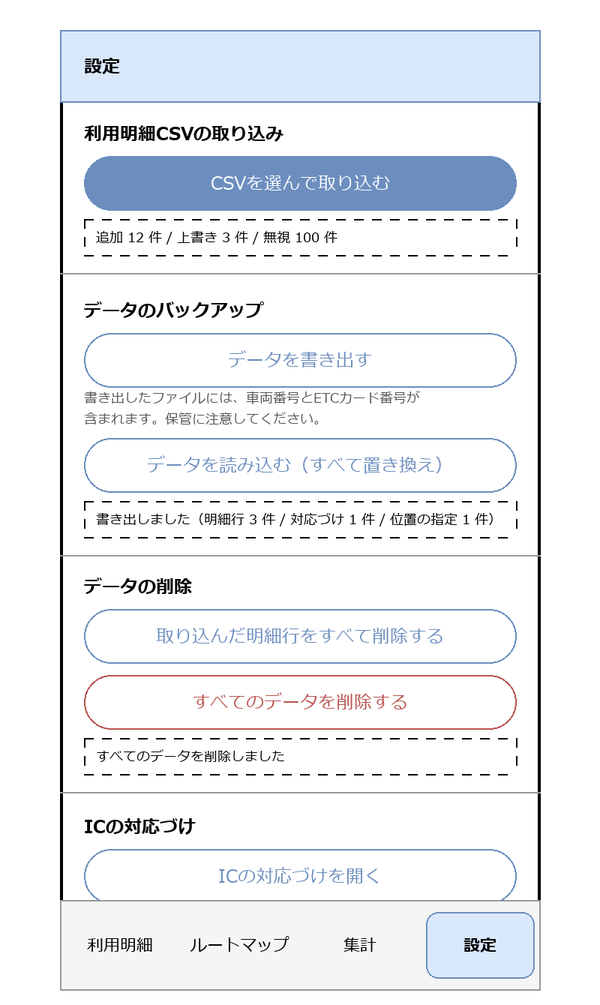
Above: docs/systems/screens/images/SCR-001-settings.drawio.png in hnt1028/etc-meisai (draw.io), before the change. Source tidied: cells renumbered, new cells last; positions are measured from the earlier drawing's top-left corner, leaving out a move shared by most shapes.
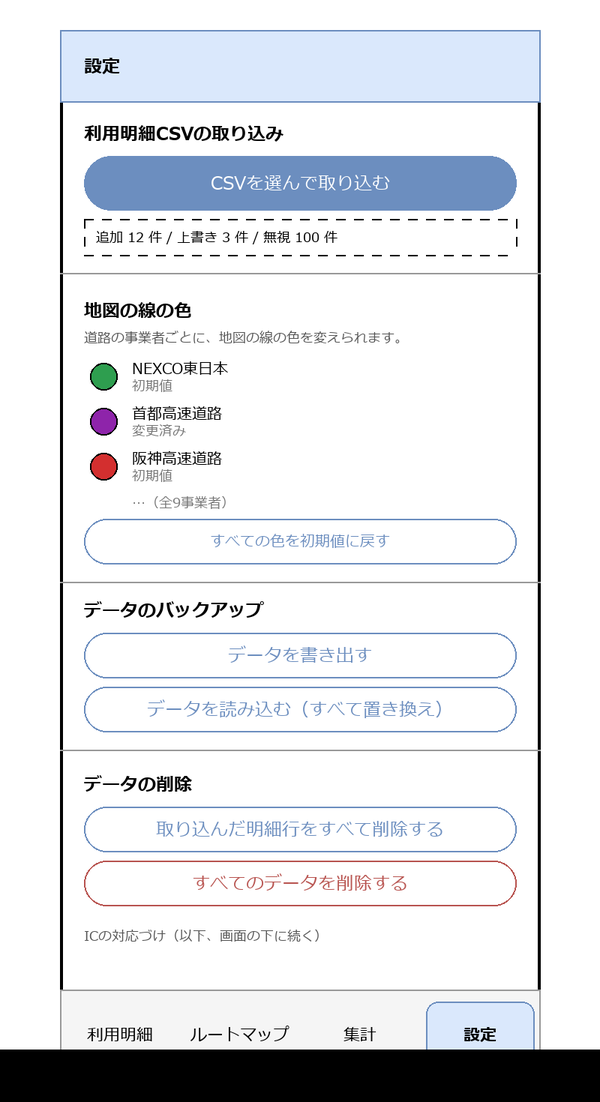
After the change.

What changed in the source:
```diff
@@ -3,7 +3,7 @@
     <mxCell id="0" />
     <mxCell id="1" parent="0" />
     <mxCell id="2" style="rounded=1;whiteSpace=wrap;html=1;arcSize=3;strokeWidth=2;" parent="1" vertex="1">
-      <mxGeometry width="320" height="640" as="geometry" />
+      <mxGeometry width="320" height="700" as="geometry" />
     </mxCell>
     <mxCell id="3" value="設定" style="rounded=0;whiteSpace=wrap;html=1;align=left;spacingLeft=16;fontStyle=1;fillColor=#dae8fc;strokeColor=#6c8ebf;" parent="1" vertex="1">
       <mxGeometry width="320" height="48" as="geometry" />
@@ -23,77 +23,92 @@
         <mxPoint x="320" y="162" as="targetPoint" />
       </mxGeometry>
     </mxCell>
-    <mxCell id="8" value="データのバックアップ" style="text;html=1;align=left;verticalAlign=middle;fontStyle=1;" parent="1" vertex="1">
+    <mxCell id="8" value="地図の線の色" style="text;html=1;align=left;verticalAlign=middle;fontStyle=1;" parent="1" vertex="1">
       <mxGeometry x="16" y="176" width="288" height="22" as="geometry" />
     </mxCell>
-    <mxCell id="9" value="データを書き出す" style="rounded=1;whiteSpace=wrap;html=1;arcSize=50;fillColor=none;strokeColor=#6c8ebf;fontColor=#6c8ebf;" parent="1" vertex="1">
-      <mxGeometry x="16" y="202" width="288" height="36" as="geometry" />
+    <mxCell id="9" value="道路の事業者ごとに、地図の線の色を変えられます。" style="text;html=1;align=left;verticalAlign=middle;fontSize=9;fontColor=#555555;" parent="1" vertex="1">
+      <mxGeometry x="16" y="198" width="288" height="14" as="geometry" />
     </mxCell>
-    <mxCell id="10" value="書き出したファイルには、車両番号とETCカード番号が" style="text;html=1;align=left;verticalAlign=middle;fontSize=9;fontColor=#555555;" parent="1" vertex="1">
-      <mxGeometry x="16" y="238" width="288" height="14" as="geometry" />
+    <mxCell id="10" style="ellipse;whiteSpace=wrap;html=1;fillColor=#2E9E4F;strokeColor=none;" parent="1" vertex="1">
+      <mxGeometry x="20" y="222" width="18" height="18" as="geometry" />
     </mxCell>
-    <mxCell id="11" value="含まれます。保管に注意してください。" style="text;html=1;align=left;verticalAlign=middle;fontSize=9;fontColor=#555555;" parent="1" vertex="1">
-      <mxGeometry x="16" y="252" width="288" height="14" as="geometry" />
+    <mxCell id="11" value="NEXCO東日本" style="text;html=1;align=left;verticalAlign=middle;fontSize=10;" parent="1" vertex="1">
+      <mxGeometry x="48" y="218" width="180" height="16" as="geometry" />
     </mxCell>
-    <mxCell id="12" value="データを読み込む（すべて置き換え）" style="rounded=1;whiteSpace=wrap;html=1;arcSize=50;fillColor=none;strokeColor=#6c8ebf;fontColor=#6c8ebf;" parent="1" vertex="1">
-      <mxGeometry x="16" y="272" width="288" height="36" as="geometry" />
+    <mxCell id="12" value="初期値" style="text;html=1;align=left;verticalAlign=middle;fontSize=9;fontColor=#777777;" parent="1" vertex="1">
+      <mxGeometry x="48" y="231" width="180" height="12" as="geometry" />
     </mxCell>
-    <mxCell id="13" value="書き出しました（明細行 3 件 / 対応づけ 1 件 / 位置の指定 1 件）" style="rounded=0;whiteSpace=wrap;html=1;align=left;spacingLeft=8;fontSize=10;fillColor=none;dashed=1;fontSize=9;" parent="1" vertex="1">
-      <mxGeometry x="16" y="314" width="288" height="24" as="geometry" />
+    <mxCell id="13" style="ellipse;whiteSpace=wrap;html=1;fillColor=#8E24AA;strokeColor=none;" parent="1" vertex="1">
+      <mxGeometry x="20" y="252" width="18" height="18" as="geometry" />
     </mxCell>
-    <mxCell id="14" style="endArrow=none;html=1;strokeColor=#999999;" parent="1" edge="1">
-      <mxGeometry relative="1" as="geometry">
-        <mxPoint y="350" as="sourcePoint" />
-        <mxPoint x="320" y="350" as="targetPoint" />
-      </mxGeometry>
+    <mxCell id="14" value="首都高速道路" style="text;html=1;align=left;verticalAlign=middle;fontSize=10;" parent="1" vertex="1">
+      <mxGeometry x="48" y="248" width="180" height="16" as="geometry" />
     </mxCell>
-    <mxCell id="15" value="データの削除" style="text;html=1;align=left;verticalAlign=middle;fontStyle=1;" parent="1" vertex="1">
-      <mxGeometry x="16" y="360" width="288" height="22" as="geometry" />
+    <mxCell id="15" value="変更済み" style="text;html=1;align=left;verticalAlign=middle;fontSize=9;fontColor=#777777;" parent="1" vertex="1">
+      <mxGeometry x="48" y="261" width="180" height="12" as="geometry" />
     </mxCell>
-    <mxCell id="16" value="取り込んだ明細行をすべて削除する" style="rounded=1;whiteSpace=wrap;html=1;arcSize=50;fillColor=none;strokeColor=#6c8ebf;fontColor=#6c8ebf;" parent="1" vertex="1">
-      <mxGeometry x="16" y="386" width="288" height="36" as="geometry" />
+    <mxCell id="16" style="ellipse;whiteSpace=wrap;html=1;fillColor=#D32F2F;strokeColor=none;" parent="1" vertex="1">
+      <mxGeometry x="20" y="282" width="18" height="18" as="geometry" />
     </mxCell>
-    <mxCell id="17" value="すべてのデータを削除する" style="rounded=1;whiteSpace=wrap;html=1;arcSize=50;fillColor=none;strokeColor=#b85450;fontColor=#b85450;" parent="1" vertex="1">
-      <mxGeometry x="16" y="430" width="288" height="36" as="geometry" />
+    <mxCell id="17" value="阪神高速道路" style="text;html=1;align=left;verticalAlign=middle;fontSize=10;" parent="1" vertex="1">
+      <mxGeometry x="48" y="278" width="180" height="16" as="geometry" />
     </mxCell>
-    <mxCell id="18" value="すべてのデータを削除しました" style="rounded=0;whiteSpace=wrap;html=1;align=left;spacingLeft=8;fontSize=10;fillColor=none;dashed=1;fontSize=9;" parent="1" vertex="1">
-      <mxGeometry x="16" y="472" width="288" height="24" as="geometry" />
+    <mxCell id="18" value="初期値" style="text;html=1;align=left;verticalAlign=middle;fontSize=9;fontColor=#777777;" parent="1" vertex="1">
+      <mxGeometry x="48" y="291" width="180" height="12" as="geometry" />
     </mxCell>
-    <mxCell id="19" style="endArrow=none;html=1;strokeColor=#999999;" parent="1" edge="1">
-      <mxGeometry relative="1" as="geometry">
-        <mxPoint y="508" as="sourcePoint" />
-        <mxPoint x="320" y="508" as="targetPoint" />
-      </mxGeometry>
+    <mxCell id="19" value="…（全9事業者）" style="text;html=1;align=left;verticalAlign=middle;fontSize=9;fontColor=#777777;" parent="1" vertex="1">
+      <mxGeometry x="48" y="308" width="180" height="14" as="geometry" />
     </mxCell>
-    <mxCell id="20" value="ICの対応づけ" style="text;html=1;align=left;verticalAlign=middle;fontStyle=1;" parent="1" vertex="1">
-      <mxGeometry x="16" y="520" width="288" height="22" as="geometry" />
+    <mxCell id="20" value="すべての色を初期値に戻す" style="rounded=1;whiteSpace=wrap;html=1;arcSize=50;fillColor=none;strokeColor=#6c8ebf;fontColor=#6c8ebf;fontSize=10;" parent="1" vertex="1">
+      <mxGeometry x="16" y="326" width="288" height="30" as="geometry" />
     </mxCell>
-    <mxCell id="21" value="ICの対応づけを開く" style="rounded=1;whiteSpace=wrap;html=1;arcSize=50;fillColor=none;strokeColor=#6c8ebf;fontColor=#6c8ebf;" parent="1" vertex="1">
-      <mxGeometry x="16" y="546" width="288" height="36" as="geometry" />
+    <mxCell id="21" style="endArrow=none;html=1;strokeColor=#999999;" parent="1" edge="1">
+      <mxGeometry relative="1" as="geometry">
+        <mxPoint y="368" as="sourcePoint" />
+        <mxPoint x="320" y="368" as="targetPoint" />
+      </mxGeometry>
     </mxCell>
-    <mxCell id="22" value="出典：国土交通省 国土数値情報（高速道路時系列データ）" style="text;html=1;align=left;verticalAlign=middle;fontSize=8;fontColor=#555555;" parent="1" vertex="1">
-      <mxGeometry x="16" y="592" width="288" height="14" as="geometry" />
+    <mxCell id="22" value="データのバックアップ" style="text;html=1;align=left;verticalAlign=middle;fontStyle=1;" parent="1" vertex="1">
+      <mxGeometry x="16" y="376" width="288" height="22" as="geometry" />
     </mxCell>
-    <mxCell id="23" value="（URL）を加工して作成" style="text;html=1;align=left;verticalAlign=middle;fontSize=8;fontColor=#555555;" parent="1" vertex="1">
-      <mxGeometry x="16" y="606" width="288" height="14" as="geometry" />
+    <mxCell id="23" value="データを書き出す" style="rounded=1;whiteSpace=wrap;html=1;arcSize=50;fillColor=none;strokeColor=#6c8ebf;fontColor=#6c8ebf;" parent="1" vertex="1">
+      <mxGeometry x="16" y="402" width="288" height="30" as="geometry" />
     </mxCell>
-    <mxCell id="24" value="一部の料金所・出入口の位置：© OpenStreetMap contributors（ODbL）" style="text;html=1;align=left;verticalAlign=middle;fontSize=8;fontColor=#555555;" parent="1" vertex="1">
-      <mxGeometry x="16" y="620" width="288" height="14" as="geometry" />
+    <mxCell id="24" value="データを読み込む（すべて置き換え）" style="rounded=1;whiteSpace=wrap;html=1;arcSize=50;fillColor=none;strokeColor=#6c8ebf;fontColor=#6c8ebf;" parent="1" vertex="1">
+      <mxGeometry x="16" y="438" width="288" height="30" as="geometry" />
     </mxCell>
-    <mxCell id="25" style="rounded=0;whiteSpace=wrap;html=1;fillColor=#f5f5f5;strokeColor=#999999;" parent="1" vertex="1">
-      <mxGeometry y="580" width="320" height="60" as="geometry" />
+    <mxCell id="25" style="endArrow=none;html=1;strokeColor=#999999;" parent="1" edge="1">
+      <mxGeometry relative="1" as="geometry">
+        <mxPoint y="480" as="sourcePoint" />
+        <mxPoint x="320" y="480" as="targetPoint" />
+      </mxGeometry>
     </mxCell>
-    <mxCell id="26" value="利用明細" style="rounded=1;whiteSpace=wrap;html=1;arcSize=40;fontSize=11;fillColor=none;strokeColor=#f5f5f5;" parent="1" vertex="1">
-      <mxGeometry x="4" y="588" width="72" height="44" as="geometry" />
+    <mxCell id="26" value="データの削除" style="text;html=1;align=left;verticalAlign=middle;fontStyle=1;" parent="1" vertex="1">
+      <mxGeometry x="16" y="492" width="288" height="22" as="geometry" />
     </mxCell>
-    <mxCell id="27" value="ルートマップ" style="rounded=1;whiteSpace=wrap;html=1;arcSize=40;fontSize=11;fillColor=none;strokeColor=#f5f5f5;" parent="1" vertex="1">
-      <mxGeometry x="84" y="588" width="72" height="44" as="geometry" />
+    <mxCell id="27" value="取り込んだ明細行をすべて削除する" style="rounded=1;whiteSpace=wrap;html=1;arcSize=50;fillColor=none;strokeColor=#6c8ebf;fontColor=#6c8ebf;" parent="1" vertex="1">
+      <mxGeometry x="16" y="518" width="288" height="30" as="geometry" />
     </mxCell>
-    <mxCell id="28" value="集計" style="rounded=1;whiteSpace=wrap;html=1;arcSize=40;fontSize=11;fillColor=none;strokeColor=#f5f5f5;" parent="1" vertex="1">
-      <mxGeometry x="164" y="588" width="72" height="44" as="geometry" />
+    <mxCell id="28" value="すべてのデータを削除する" style="rounded=1;whiteSpace=wrap;html=1;arcSize=50;fillColor=none;strokeColor=#b85450;fontColor=#b85450;" parent="1" vertex="1">
+      <mxGeometry x="16" y="554" width="288" height="30" as="geometry" />
     </mxCell>
-    <mxCell id="29" value="設定" style="rounded=1;whiteSpace=wrap;html=1;arcSize=40;fontSize=11;fillColor=#dae8fc;strokeColor=#6c8ebf;fontStyle=1;" parent="1" vertex="1">
-      <mxGeometry x="244" y="588" width="72" height="44" as="geometry" />
+    <mxCell id="29" value="ICの対応づけ（以下、画面の下に続く）" style="text;html=1;align=left;verticalAlign=middle;fontSize=9;fontColor=#555555;" parent="1" vertex="1">
+      <mxGeometry x="16" y="596" width="288" height="16" as="geometry" />
     </mxCell>
+    <mxCell id="30" style="rounded=0;whiteSpace=wrap;html=1;fillColor=#f5f5f5;strokeColor=#999999;" parent="1" vertex="1">
+      <mxGeometry y="640" width="320" height="60" as="geometry" />
+    </mxCell>
+    <mxCell id="31" value="利用明細" style="rounded=1;whiteSpace=wrap;html=1;arcSize=40;fontSize=11;fillColor=none;strokeColor=#f5f5f5;" parent="1" vertex="1">
+      <mxGeometry x="4" y="648" width="72" height="44" as="geometry" />
+    </mxCell>
+    <mxCell id="32" value="ルートマップ" style="rounded=1;whiteSpace=wrap;html=1;arcSize=40;fontSize=11;fillColor=none;strokeColor=#f5f5f5;" parent="1" vertex="1">
+      <mxGeometry x="84" y="648" width="72" height="44" as="geometry" />
+    </mxCell>
+    <mxCell id="33" value="集計" style="rounded=1;whiteSpace=wrap;html=1;arcSize=40;fontSize=11;fillColor=none;strokeColor=#f5f5f5;" parent="1" vertex="1">
+      <mxGeometry x="164" y="648" width="72" height="44" as="geometry" />
+    </mxCell>
+    <mxCell id="34" value="設定" style="rounded=1;whiteSpace=wrap;html=1;arcSize=40;fontSize=11;fillColor=#dae8fc;strokeColor=#6c8ebf;fontStyle=1;" parent="1" vertex="1">
+      <mxGeometry x="244" y="648" width="72" height="44" as="geometry" />
+    </mxCell>
   </root>
 </mxGraphModel>
```
